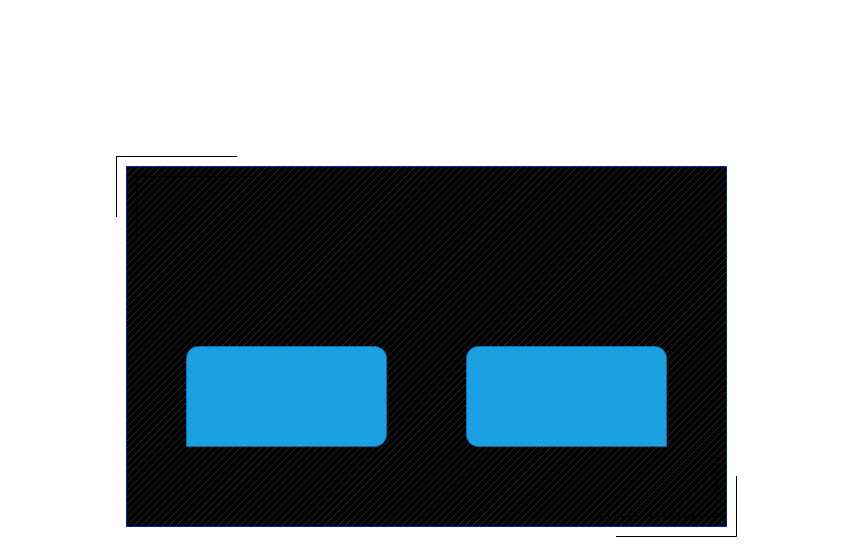
Earlier version of the draw.io diagram Untitled Diagram.drawio (mikazukii-code/lost_artifact_demo). Source tidied: cells renumbered, new cells numbered last; positions are measured from the earlier drawing's top-left corner, leaving out a move shared by most shapes. Both pictures are drawn from the tidied source at 100%, with x=0, y=0 at pixel (116, 156).
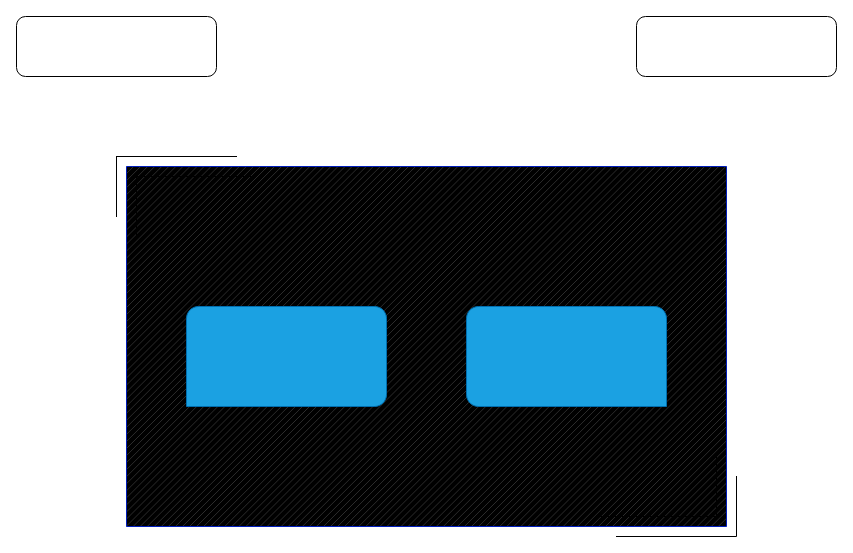
The same page after the edit.

The edit, as a diff of the source:
```diff
@@
 <mxGraphModel>
   <root>
     <mxCell id="0" />
     <mxCell id="1" parent="0" />
     <mxCell id="2" style="verticalLabelPosition=bottom;verticalAlign=top;html=1;shape=mxgraph.basic.patternFillRect;fillStyle=diag;step=5;fillStrokeWidth=0.2;fillStrokeColor=#dddddd;fillColor=light-dark(#0050EF,#374466);fontColor=#ffffff;strokeColor=#001DBC;gradientColor=light-dark(#000000,#DAAFFF);gradientDirection=east;" parent="1" vertex="1">
       <mxGeometry x="10" y="10" width="600" height="360" as="geometry" />
     </mxCell>
     <mxCell id="3" style="shape=partialRectangle;whiteSpace=wrap;html=1;bottom=0;right=0;fillColor=none;" parent="1" vertex="1">
       <mxGeometry width="120" height="60" as="geometry" />
     </mxCell>
     <mxCell id="4" style="shape=partialRectangle;whiteSpace=wrap;html=1;top=0;left=0;fillColor=none;" parent="1" vertex="1">
       <mxGeometry x="500" y="320" width="120" height="60" as="geometry" />
     </mxCell>
     <mxCell id="5" style="shape=partialRectangle;whiteSpace=wrap;html=1;top=0;left=0;fillColor=none;" parent="1" vertex="1">
       <mxGeometry x="480" y="300" width="120" height="60" as="geometry" />
     </mxCell>
     <mxCell id="6" style="shape=partialRectangle;whiteSpace=wrap;html=1;bottom=0;right=0;fillColor=none;" parent="1" vertex="1">
       <mxGeometry x="20" y="20" width="120" height="60" as="geometry" />
     </mxCell>
     <mxCell id="7" style="verticalLabelPosition=bottom;verticalAlign=top;html=1;shape=mxgraph.basic.three_corner_round_rect;dx=6;whiteSpace=wrap;fillColor=#1ba1e2;fontColor=#ffffff;strokeColor=#006EAF;" parent="1" vertex="1">
-      <mxGeometry x="70" y="190" width="200" height="100" as="geometry" />
+      <mxGeometry x="70" y="150" width="200" height="100" as="geometry" />
     </mxCell>
     <mxCell id="8" style="verticalLabelPosition=bottom;verticalAlign=top;html=1;shape=mxgraph.basic.three_corner_round_rect;dx=6;whiteSpace=wrap;rotation=-90;fillColor=#1ba1e2;fontColor=#ffffff;strokeColor=#006EAF;" parent="1" vertex="1">
-      <mxGeometry x="400" y="140" width="100" height="200" as="geometry" />
+      <mxGeometry x="400" y="100" width="100" height="200" as="geometry" />
     </mxCell>
+    <mxCell id="9" style="rounded=1;whiteSpace=wrap;html=1;" parent="1" vertex="1">
+      <mxGeometry x="-100" y="-140" width="200" height="60" as="geometry" />
+    </mxCell>
+    <mxCell id="10" style="rounded=1;whiteSpace=wrap;html=1;" parent="1" vertex="1">
+      <mxGeometry x="520" y="-140" width="200" height="60" as="geometry" />
+    </mxCell>
   </root>
 </mxGraphModel>
```
